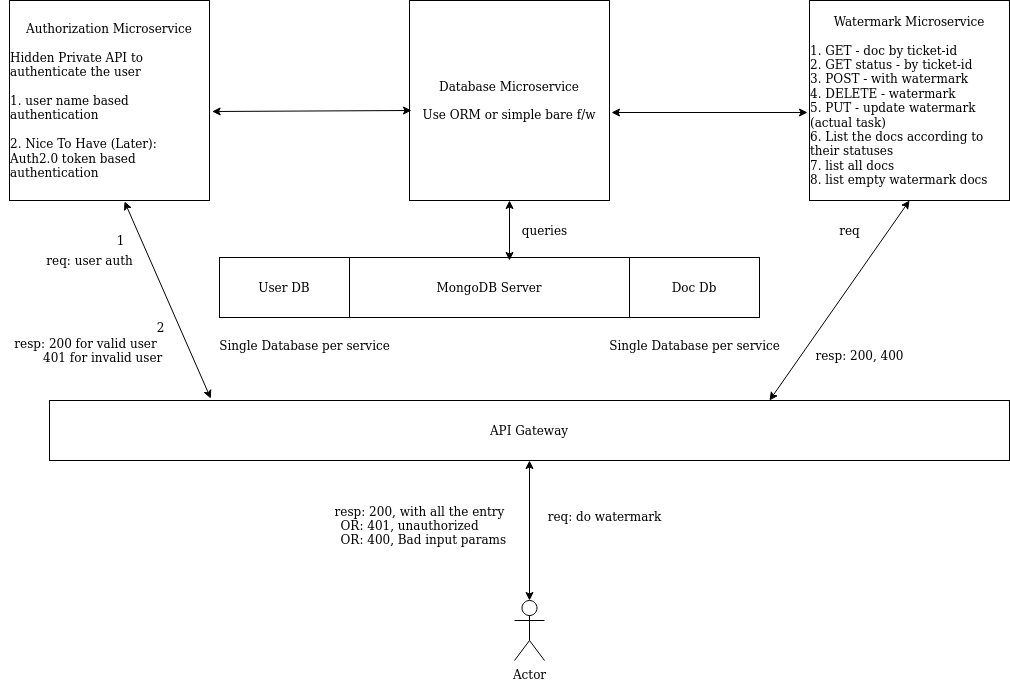
The draw.io diagram docs/images/RAPI-based_Architecture-1.png in aayushrangwala/watermark-service, before a commit. Source tidied: cells renumbered, new cells last; positions are measured from the earlier drawing's top-left corner, leaving out a move shared by most shapes. Its diagram source:
```xml
<mxGraphModel>
  <root>
    <mxCell id="0" />
    <mxCell id="1" parent="0" />
    <mxCell id="2" value="Authorization Microservice&lt;br&gt;&lt;br&gt;&lt;div align=&quot;left&quot;&gt;Hidden Private API to authenticate the user&lt;br&gt;&lt;br&gt;1. user name based authentication&lt;br&gt;&lt;/div&gt;&lt;br&gt;&lt;div align=&quot;left&quot;&gt;2. Nice To Have (Later): Auth2.0 token based authentication&lt;br&gt;&lt;/div&gt;" style="rounded=0;whiteSpace=wrap;html=1;" parent="1" vertex="1">
      <mxGeometry x="9" width="200" height="200" as="geometry" />
    </mxCell>
    <mxCell id="3" value="Single Database per service" style="text;html=1;align=center;verticalAlign=middle;" parent="1" vertex="1">
      <mxGeometry x="599" y="335" width="190" height="20" as="geometry" />
    </mxCell>
    <mxCell id="4" value="API Gateway" style="rounded=0;whiteSpace=wrap;html=1;" parent="1" vertex="1">
      <mxGeometry x="49" y="400" width="960" height="60" as="geometry" />
    </mxCell>
    <mxCell id="5" style="endArrow=classic;startArrow=classic;html=1;entryX=0.575;entryY=1.005;entryDx=0;entryDy=0;entryPerimeter=0;exitX=0.168;exitY=-0.033;exitDx=0;exitDy=0;exitPerimeter=0;" parent="1" edge="1" source="4" target="2">
      <mxGeometry relative="1" as="geometry" />
    </mxCell>
    <mxCell id="6" value="req: user auth" style="text;html=1;align=center;verticalAlign=middle;" parent="1" vertex="1">
      <mxGeometry x="39" y="250" width="100" height="20" as="geometry" />
    </mxCell>
    <mxCell id="7" value="&lt;div&gt;resp: 200 for valid user&lt;/div&gt;&lt;div align=&quot;left&quot;&gt;&amp;nbsp;&amp;nbsp;&amp;nbsp;&amp;nbsp;&amp;nbsp;&amp;nbsp;&amp;nbsp;&amp;nbsp; 401 for invalid user&lt;br&gt;&lt;/div&gt;" style="text;html=1;align=center;verticalAlign=middle;" parent="1" vertex="1">
      <mxGeometry y="335" width="170" height="30" as="geometry" />
    </mxCell>
    <mxCell id="8" value="Actor" style="shape=umlActor;verticalLabelPosition=bottom;labelBackgroundColor=#ffffff;verticalAlign=top;html=1;outlineConnect=0;" parent="1" vertex="1">
      <mxGeometry x="514" y="600" width="30" height="60" as="geometry" />
    </mxCell>
    <mxCell id="9" value="req: do watermark" style="text;html=1;align=center;verticalAlign=middle;" parent="1" vertex="1">
      <mxGeometry x="539" y="506" width="130" height="20" as="geometry" />
    </mxCell>
    <mxCell id="10" value="1" style="text;html=1;align=center;verticalAlign=middle;" parent="1" vertex="1">
      <mxGeometry x="110" y="230" width="20" height="20" as="geometry" />
    </mxCell>
    <mxCell id="11" value="2" style="text;html=1;align=center;verticalAlign=middle;" parent="1" vertex="1">
      <mxGeometry x="150" y="317" width="20" height="20" as="geometry" />
    </mxCell>
    <mxCell id="12" style="endArrow=classic;startArrow=classic;html=1;exitX=1.01;exitY=0.56;exitDx=0;exitDy=0;exitPerimeter=0;entryX=-0.01;entryY=0.56;entryDx=0;entryDy=0;entryPerimeter=0;" parent="1" edge="1" source="19" target="20">
      <mxGeometry relative="1" as="geometry" />
    </mxCell>
    <mxCell id="13" style="endArrow=classic;startArrow=classic;html=1;entryX=0.5;entryY=1;entryDx=0;entryDy=0;exitX=0.5;exitY=0;exitDx=0;exitDy=0;exitPerimeter=0;" parent="1" edge="1" source="8" target="4">
      <mxGeometry relative="1" as="geometry" />
    </mxCell>
    <mxCell id="14" value="resp: 200, with all the entry&lt;br&gt;&lt;div align=&quot;left&quot;&gt;&amp;nbsp; OR: 401, unauthorized&lt;br&gt;&amp;nbsp; OR: 400, Bad input params&lt;br&gt;&lt;/div&gt;" style="text;html=1;align=center;verticalAlign=middle;" parent="1" vertex="1">
      <mxGeometry x="324" y="500" width="190" height="50" as="geometry" />
    </mxCell>
    <mxCell id="15" style="endArrow=classic;startArrow=classic;html=1;exitX=0.75;exitY=0;exitDx=0;exitDy=0;entryX=0.5;entryY=1;entryDx=0;entryDy=0;" parent="1" edge="1" source="4" target="20">
      <mxGeometry relative="1" as="geometry" />
    </mxCell>
    <mxCell id="16" value="req" style="text;html=1;align=center;verticalAlign=middle;" parent="1" vertex="1">
      <mxGeometry x="829" y="220" width="40" height="20" as="geometry" />
    </mxCell>
    <mxCell id="17" value="resp: 200, 400" style="text;html=1;align=center;verticalAlign=middle;" parent="1" vertex="1">
      <mxGeometry x="809" y="345" width="100" height="20" as="geometry" />
    </mxCell>
    <mxCell id="18" value="queries" style="text;html=1;align=center;verticalAlign=middle;" parent="1" vertex="1">
      <mxGeometry x="514" y="220" width="60" height="20" as="geometry" />
    </mxCell>
    <mxCell id="19" value="Database Microservice&lt;br&gt;&lt;div align=&quot;left&quot;&gt;&lt;br&gt;Use ORM or simple bare f/w&lt;br&gt;&lt;/div&gt;" style="rounded=0;whiteSpace=wrap;html=1;" parent="1" vertex="1">
      <mxGeometry x="409" width="200" height="200" as="geometry" />
    </mxCell>
    <mxCell id="20" value="Watermark Microservice&lt;br&gt;&lt;br&gt;&lt;div align=&quot;left&quot;&gt;1. GET - doc by ticket-id&lt;/div&gt;&lt;div align=&quot;left&quot;&gt;2. GET status - by ticket-id&lt;br&gt;3. POST - with watermark&lt;br&gt;4. DELETE - watermark&lt;br&gt;5. PUT - update watermark (actual task)&lt;br&gt;6. List the docs according to their statuses&lt;br&gt;7. list all docs&lt;/div&gt;&lt;div align=&quot;left&quot;&gt;8. list empty watermark docs&lt;br&gt;&lt;/div&gt;" style="rounded=0;whiteSpace=wrap;html=1;" parent="1" vertex="1">
      <mxGeometry x="809" width="200" height="200" as="geometry" />
    </mxCell>
    <mxCell id="21" style="endArrow=classic;startArrow=classic;html=1;exitX=1.013;exitY=0.555;exitDx=0;exitDy=0;exitPerimeter=0;entryX=0.01;entryY=0.55;entryDx=0;entryDy=0;entryPerimeter=0;" parent="1" edge="1" source="2" target="19">
      <mxGeometry relative="1" as="geometry" />
    </mxCell>
    <mxCell id="22" value="MongoDB Server" style="rounded=0;whiteSpace=wrap;html=1;" parent="1" vertex="1">
      <mxGeometry x="219" y="257" width="540" height="60" as="geometry" />
    </mxCell>
    <mxCell id="23" style="endArrow=classic;startArrow=classic;html=1;entryX=0.5;entryY=1;entryDx=0;entryDy=0;" parent="1" edge="1" target="19">
      <mxGeometry relative="1" as="geometry">
        <mxPoint x="509" y="260" as="sourcePoint" />
      </mxGeometry>
    </mxCell>
    <mxCell id="24" value="Single Database per service" style="text;html=1;align=center;verticalAlign=middle;" parent="1" vertex="1">
      <mxGeometry x="209" y="335" width="190" height="20" as="geometry" />
    </mxCell>
    <mxCell id="25" value="User DB" style="rounded=0;whiteSpace=wrap;html=1;" parent="1" vertex="1">
      <mxGeometry x="219" y="257" width="130" height="60" as="geometry" />
    </mxCell>
    <mxCell id="26" value="Doc Db" style="rounded=0;whiteSpace=wrap;html=1;" parent="1" vertex="1">
      <mxGeometry x="629" y="257" width="130" height="60" as="geometry" />
    </mxCell>
  </root>
</mxGraphModel>
```
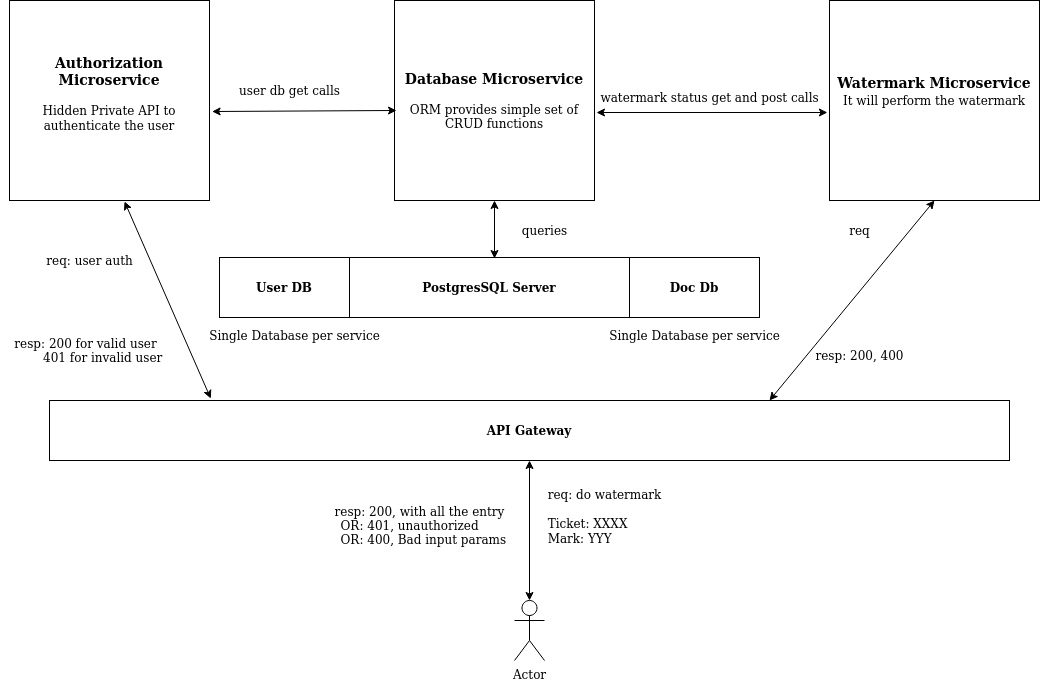
Above is the later version.

The edit, as a diff of the source:
```diff
@@ -2,13 +2,13 @@
   <root>
     <mxCell id="0" />
     <mxCell id="1" parent="0" />
-    <mxCell id="2" value="Authorization Microservice&lt;br&gt;&lt;br&gt;&lt;div align=&quot;left&quot;&gt;Hidden Private API to authenticate the user&lt;br&gt;&lt;br&gt;1. user name based authentication&lt;br&gt;&lt;/div&gt;&lt;br&gt;&lt;div align=&quot;left&quot;&gt;2. Nice To Have (Later): Auth2.0 token based authentication&lt;br&gt;&lt;/div&gt;" style="rounded=0;whiteSpace=wrap;html=1;" parent="1" vertex="1">
+    <mxCell id="2" value="&lt;font style=&quot;font-size: 14px&quot;&gt;&lt;b&gt;Authorization Microservice&lt;/b&gt;&lt;/font&gt;&lt;br&gt;&lt;br&gt;&lt;div&gt;&lt;div align=&quot;center&quot;&gt;Hidden Private API to authenticate the user&lt;br&gt;&lt;/div&gt;&lt;br&gt;&lt;/div&gt;" style="rounded=0;whiteSpace=wrap;html=1;" parent="1" vertex="1">
       <mxGeometry x="9" width="200" height="200" as="geometry" />
     </mxCell>
     <mxCell id="3" value="Single Database per service" style="text;html=1;align=center;verticalAlign=middle;" parent="1" vertex="1">
-      <mxGeometry x="599" y="335" width="190" height="20" as="geometry" />
+      <mxGeometry x="599" y="325" width="190" height="20" as="geometry" />
     </mxCell>
-    <mxCell id="4" value="API Gateway" style="rounded=0;whiteSpace=wrap;html=1;" parent="1" vertex="1">
+    <mxCell id="4" value="&lt;b&gt;API Gateway&lt;/b&gt;" style="rounded=0;whiteSpace=wrap;html=1;" parent="1" vertex="1">
       <mxGeometry x="49" y="400" width="960" height="60" as="geometry" />
     </mxCell>
     <mxCell id="5" style="endArrow=classic;startArrow=classic;html=1;entryX=0.575;entryY=1.005;entryDx=0;entryDy=0;entryPerimeter=0;exitX=0.168;exitY=-0.033;exitDx=0;exitDy=0;exitPerimeter=0;" parent="1" edge="1" source="4" target="2">
@@ -23,15 +23,9 @@
     <mxCell id="8" value="Actor" style="shape=umlActor;verticalLabelPosition=bottom;labelBackgroundColor=#ffffff;verticalAlign=top;html=1;outlineConnect=0;" parent="1" vertex="1">
       <mxGeometry x="514" y="600" width="30" height="60" as="geometry" />
     </mxCell>
-    <mxCell id="9" value="req: do watermark" style="text;html=1;align=center;verticalAlign=middle;" parent="1" vertex="1">
-      <mxGeometry x="539" y="506" width="130" height="20" as="geometry" />
+    <mxCell id="9" value="req: do watermark&lt;br&gt;&lt;br&gt;&lt;div align=&quot;left&quot;&gt;Ticket: XXXX&lt;br&gt;Mark: YYY&lt;/div&gt;" style="text;html=1;align=center;verticalAlign=middle;" parent="1" vertex="1">
+      <mxGeometry x="539" y="486" width="130" height="60" as="geometry" />
     </mxCell>
-    <mxCell id="10" value="1" style="text;html=1;align=center;verticalAlign=middle;" parent="1" vertex="1">
-      <mxGeometry x="110" y="230" width="20" height="20" as="geometry" />
-    </mxCell>
-    <mxCell id="11" value="2" style="text;html=1;align=center;verticalAlign=middle;" parent="1" vertex="1">
-      <mxGeometry x="150" y="317" width="20" height="20" as="geometry" />
-    </mxCell>
     <mxCell id="12" style="endArrow=classic;startArrow=classic;html=1;exitX=1.01;exitY=0.56;exitDx=0;exitDy=0;exitPerimeter=0;entryX=-0.01;entryY=0.56;entryDx=0;entryDy=0;entryPerimeter=0;" parent="1" edge="1" source="19" target="20">
       <mxGeometry relative="1" as="geometry" />
     </mxCell>
@@ -45,7 +39,7 @@
       <mxGeometry relative="1" as="geometry" />
     </mxCell>
     <mxCell id="16" value="req" style="text;html=1;align=center;verticalAlign=middle;" parent="1" vertex="1">
-      <mxGeometry x="829" y="220" width="40" height="20" as="geometry" />
+      <mxGeometry x="839" y="220" width="40" height="20" as="geometry" />
     </mxCell>
     <mxCell id="17" value="resp: 200, 400" style="text;html=1;align=center;verticalAlign=middle;" parent="1" vertex="1">
       <mxGeometry x="809" y="345" width="100" height="20" as="geometry" />
@@ -53,31 +47,37 @@
     <mxCell id="18" value="queries" style="text;html=1;align=center;verticalAlign=middle;" parent="1" vertex="1">
       <mxGeometry x="514" y="220" width="60" height="20" as="geometry" />
     </mxCell>
-    <mxCell id="19" value="Database Microservice&lt;br&gt;&lt;div align=&quot;left&quot;&gt;&lt;br&gt;Use ORM or simple bare f/w&lt;br&gt;&lt;/div&gt;" style="rounded=0;whiteSpace=wrap;html=1;" parent="1" vertex="1">
-      <mxGeometry x="409" width="200" height="200" as="geometry" />
+    <mxCell id="19" value="&lt;font style=&quot;font-size: 14px&quot;&gt;&lt;b&gt;Database Microservice&lt;/b&gt;&lt;/font&gt;&lt;br&gt;&lt;div&gt;&lt;br&gt;&lt;div align=&quot;center&quot;&gt;ORM provides simple set of CRUD functions&lt;br&gt;&lt;/div&gt;&lt;/div&gt;" style="rounded=0;whiteSpace=wrap;html=1;" parent="1" vertex="1">
+      <mxGeometry x="394" width="200" height="200" as="geometry" />
     </mxCell>
-    <mxCell id="20" value="Watermark Microservice&lt;br&gt;&lt;br&gt;&lt;div align=&quot;left&quot;&gt;1. GET - doc by ticket-id&lt;/div&gt;&lt;div align=&quot;left&quot;&gt;2. GET status - by ticket-id&lt;br&gt;3. POST - with watermark&lt;br&gt;4. DELETE - watermark&lt;br&gt;5. PUT - update watermark (actual task)&lt;br&gt;6. List the docs according to their statuses&lt;br&gt;7. list all docs&lt;/div&gt;&lt;div align=&quot;left&quot;&gt;8. list empty watermark docs&lt;br&gt;&lt;/div&gt;" style="rounded=0;whiteSpace=wrap;html=1;" parent="1" vertex="1">
-      <mxGeometry x="809" width="200" height="200" as="geometry" />
+    <mxCell id="20" value="&lt;font style=&quot;font-size: 14px&quot;&gt;&lt;b&gt;Watermark Microservice&lt;br&gt;&lt;/b&gt;&lt;font style=&quot;font-size: 12px&quot;&gt;It will perform the watermark&lt;/font&gt;&lt;b&gt;&lt;br&gt;&lt;br&gt;&lt;/b&gt;&lt;/font&gt;" style="rounded=0;whiteSpace=wrap;html=1;" parent="1" vertex="1">
+      <mxGeometry x="829" width="210" height="200" as="geometry" />
     </mxCell>
     <mxCell id="21" style="endArrow=classic;startArrow=classic;html=1;exitX=1.013;exitY=0.555;exitDx=0;exitDy=0;exitPerimeter=0;entryX=0.01;entryY=0.55;entryDx=0;entryDy=0;entryPerimeter=0;" parent="1" edge="1" source="2" target="19">
       <mxGeometry relative="1" as="geometry" />
     </mxCell>
-    <mxCell id="22" value="MongoDB Server" style="rounded=0;whiteSpace=wrap;html=1;" parent="1" vertex="1">
+    <mxCell id="22" value="&lt;b&gt;PostgresSQL Server&lt;/b&gt;" style="rounded=0;whiteSpace=wrap;html=1;" parent="1" vertex="1">
       <mxGeometry x="219" y="257" width="540" height="60" as="geometry" />
     </mxCell>
     <mxCell id="23" style="endArrow=classic;startArrow=classic;html=1;entryX=0.5;entryY=1;entryDx=0;entryDy=0;" parent="1" edge="1" target="19">
       <mxGeometry relative="1" as="geometry">
-        <mxPoint x="509" y="260" as="sourcePoint" />
+        <mxPoint x="494" y="258" as="sourcePoint" />
       </mxGeometry>
     </mxCell>
     <mxCell id="24" value="Single Database per service" style="text;html=1;align=center;verticalAlign=middle;" parent="1" vertex="1">
-      <mxGeometry x="209" y="335" width="190" height="20" as="geometry" />
+      <mxGeometry x="199" y="325" width="190" height="20" as="geometry" />
     </mxCell>
-    <mxCell id="25" value="User DB" style="rounded=0;whiteSpace=wrap;html=1;" parent="1" vertex="1">
+    <mxCell id="25" value="&lt;b&gt;User DB&lt;/b&gt;" style="rounded=0;whiteSpace=wrap;html=1;" parent="1" vertex="1">
       <mxGeometry x="219" y="257" width="130" height="60" as="geometry" />
     </mxCell>
-    <mxCell id="26" value="Doc Db" style="rounded=0;whiteSpace=wrap;html=1;" parent="1" vertex="1">
+    <mxCell id="26" value="&lt;b&gt;Doc Db&lt;/b&gt;" style="rounded=0;whiteSpace=wrap;html=1;" parent="1" vertex="1">
       <mxGeometry x="629" y="257" width="130" height="60" as="geometry" />
     </mxCell>
+    <mxCell id="27" value=" watermark status get and post calls" style="text;html=1;align=center;verticalAlign=middle;" parent="1" vertex="1">
+      <mxGeometry x="594" y="87" width="230" height="20" as="geometry" />
+    </mxCell>
+    <mxCell id="28" value="user db get calls" style="text;html=1;align=center;verticalAlign=middle;" parent="1" vertex="1">
+      <mxGeometry x="229" y="80" width="120" height="20" as="geometry" />
+    </mxCell>
   </root>
 </mxGraphModel>
```
